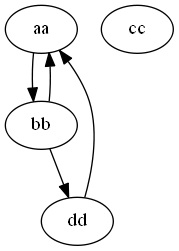
alexandrepsjf/Grafos keeps this Graphviz diagram as TeoriaDosGrafos/src/os/img/fileS.png. Above is the earlier version. Its source is kept beside it as TeoriaDosGrafos/src/os/dot/fileS.dot.
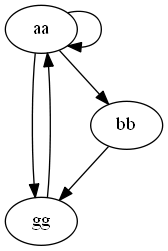
After the commit.

The edit, as a diff of the source:
```diff
@@ -1,5 +1,4 @@
 digraph G {
-aa ->bb ->dd;
-bb ->aa;
-cc;
-dd ->aa;}
+aa ->aa ->gg;
+bb ->gg;
+gg ->aa ->bb;}
```
